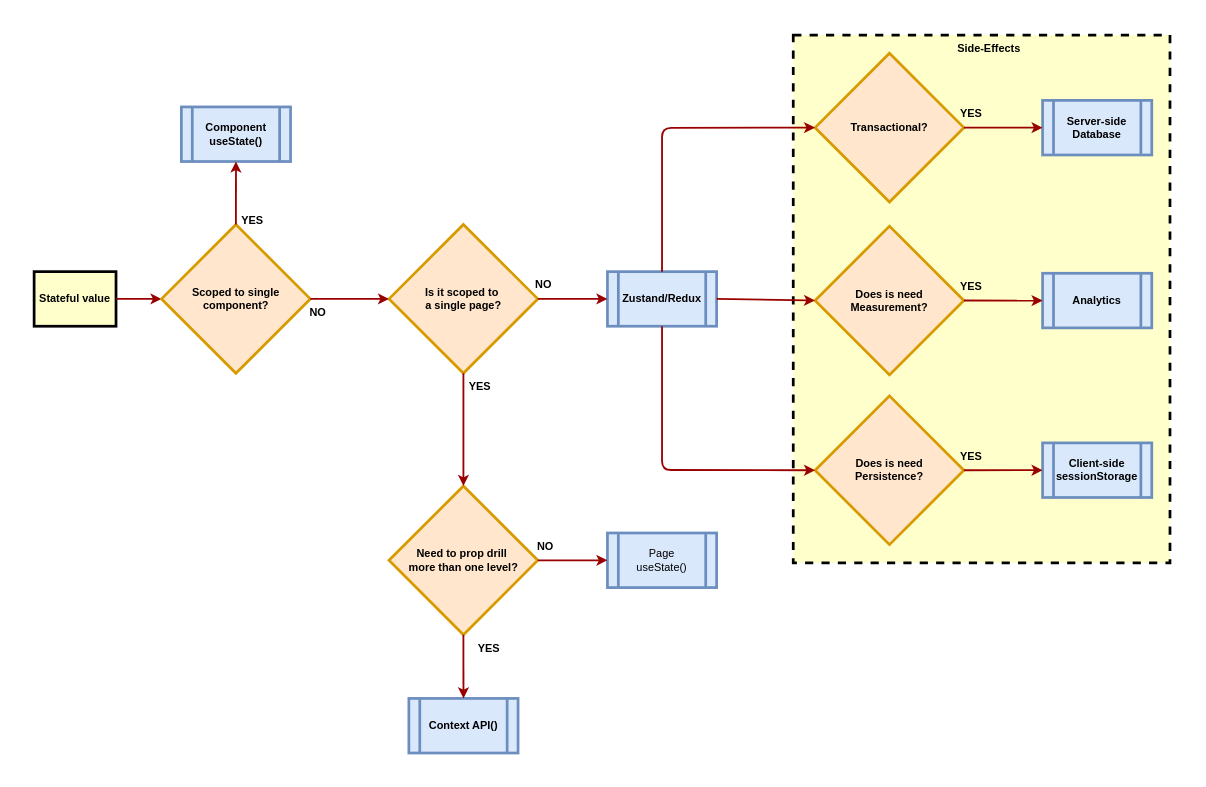
Earlier version of the draw.io diagram state-management.drawio (learnwithgurpreet/b.learnwithgurpreet.me). Source tidied: cells renumbered, new cells numbered last; positions are measured from the earlier drawing's top-left corner, leaving out a move shared by most shapes. Both pictures are drawn from the tidied source at 91%, with x=0, y=0 at pixel (34, 35).
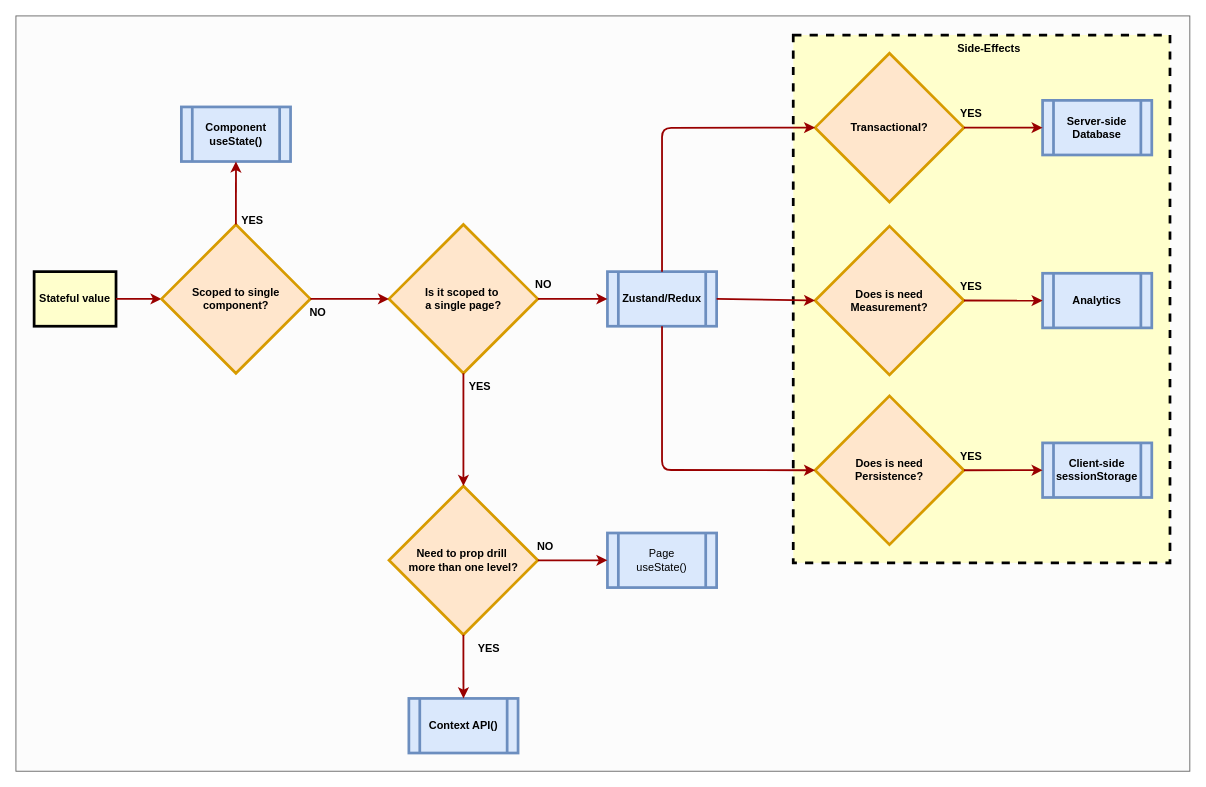
The same diagram, later.

The edit, as a diff of the source:
```diff
@@
+    <mxCell id="52" style="rounded=0;whiteSpace=wrap;html=1;fillColor=#FCFCFC;fontColor=#333333;strokeColor=#666666;" parent="1" vertex="1">
+      <mxGeometry x="-20" y="-21" width="1290" height="830" as="geometry" />
+    </mxCell>
```
